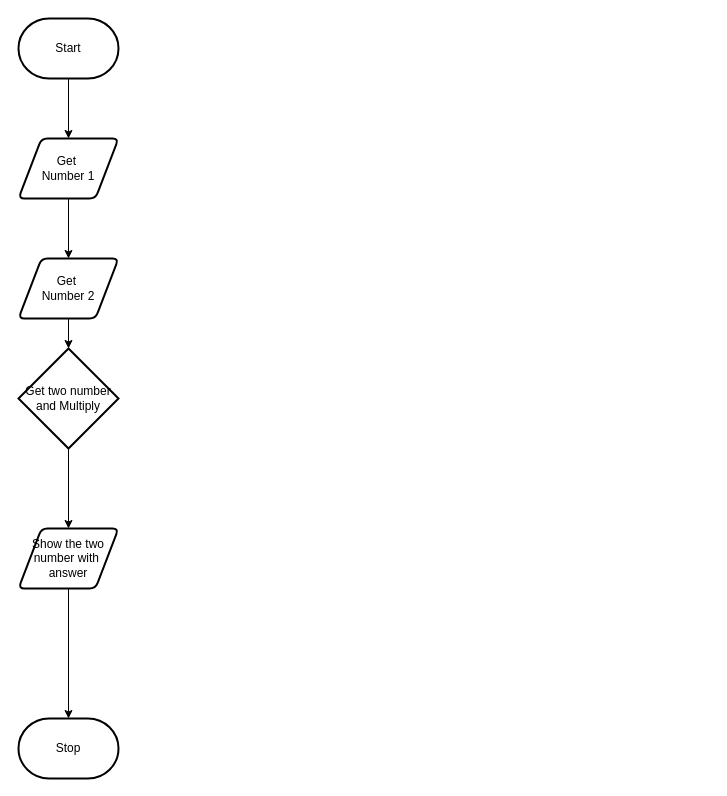
Above: design/flowchart.drawio in MTHS-ICS2O-2-2022/ICS2O-Unit-5-06-Osamah-Hasan (draw.io), before the change. Source tidied: cells renumbered, new cells numbered last; positions are measured from the earlier drawing's top-left corner, leaving out a move shared by most shapes. Both pictures are drawn from the tidied source at 100%, with x=0, y=0 at pixel (18, 18).
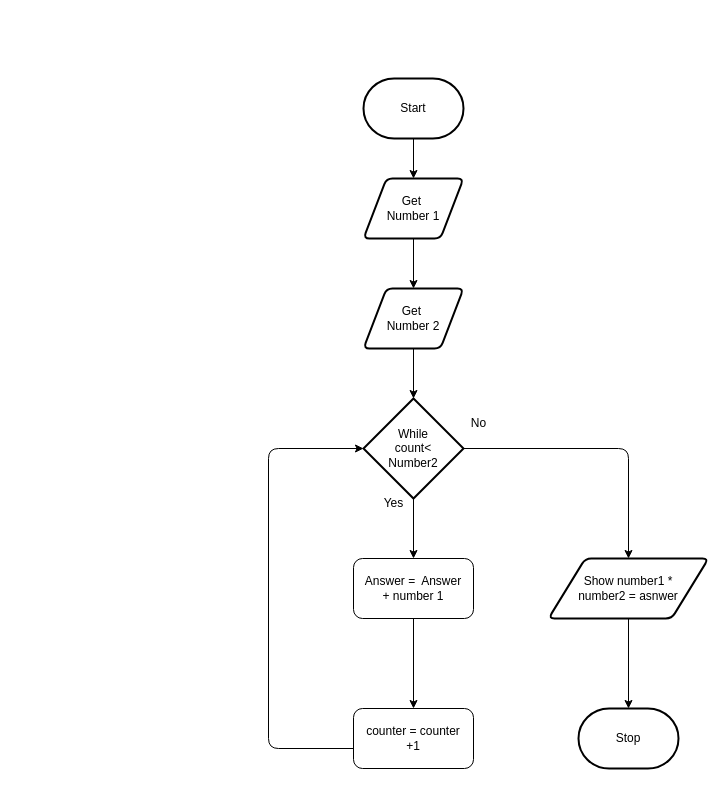
Above is the later version.

Change to the diagram source:
```diff
@@
-    <mxCell id="2" style="edgeStyle=none;html=1;entryX=0.5;entryY=0;entryDx=0;entryDy=0;" parent="1" edge="1" source="3" target="6">
+    <mxCell id="2" style="edgeStyle=orthogonalEdgeStyle;html=1;entryX=0.5;entryY=0;entryDx=0;entryDy=0;" parent="1" edge="1" source="3" target="6">
       <mxGeometry relative="1" as="geometry" />
     </mxCell>
     <mxCell id="3" value="Start" style="strokeWidth=2;html=1;shape=mxgraph.flowchart.terminator;whiteSpace=wrap;" parent="1" vertex="1">
-      <mxGeometry width="100" height="60" as="geometry" />
+      <mxGeometry x="345" y="60" width="100" height="60" as="geometry" />
     </mxCell>
     <mxCell id="4" value="Stop" style="strokeWidth=2;html=1;shape=mxgraph.flowchart.terminator;whiteSpace=wrap;" parent="1" vertex="1">
-      <mxGeometry y="700" width="100" height="60" as="geometry" />
+      <mxGeometry x="560" y="690" width="100" height="60" as="geometry" />
     </mxCell>
@@
     <mxCell id="6" value="Get&amp;nbsp;&lt;br&gt;Number 1" style="shape=parallelogram;html=1;strokeWidth=2;perimeter=parallelogramPerimeter;whiteSpace=wrap;rounded=1;arcSize=12;size=0.23;" parent="1" vertex="1">
-      <mxGeometry y="120" width="100" height="60" as="geometry" />
+      <mxGeometry x="345" y="160" width="100" height="60" as="geometry" />
     </mxCell>
@@
     <mxCell id="8" value="Get&amp;nbsp;&lt;br&gt;Number 2" style="shape=parallelogram;html=1;strokeWidth=2;perimeter=parallelogramPerimeter;whiteSpace=wrap;rounded=1;arcSize=12;size=0.23;" parent="1" vertex="1">
-      <mxGeometry y="240" width="100" height="60" as="geometry" />
+      <mxGeometry x="345" y="270" width="100" height="60" as="geometry" />
     </mxCell>
-    <mxCell id="9" style="edgeStyle=orthogonalEdgeStyle;html=1;entryX=0.5;entryY=0;entryDx=0;entryDy=0;" parent="1" edge="1" source="10" target="12">
-      <mxGeometry relative="1" as="geometry" />
-    </mxCell>
+    <mxCell id="13" style="edgeStyle=orthogonalEdgeStyle;html=1;" parent="1" edge="1" source="10" target="16">
+      <mxGeometry relative="1" as="geometry" />
+    </mxCell>
+    <mxCell id="14" style="edgeStyle=orthogonalEdgeStyle;html=1;entryX=0.5;entryY=0;entryDx=0;entryDy=0;" parent="1" edge="1" source="10" target="20">
+      <mxGeometry relative="1" as="geometry" />
+    </mxCell>
-    <mxCell id="10" value="Get two number&lt;br&gt;and Multiply" style="strokeWidth=2;html=1;shape=mxgraph.flowchart.decision;whiteSpace=wrap;" parent="1" vertex="1">
-      <mxGeometry y="330" width="100" height="100" as="geometry" />
+    <mxCell id="10" value="While&lt;br&gt;count&amp;lt;&lt;br&gt;Number2" style="strokeWidth=2;html=1;shape=mxgraph.flowchart.decision;whiteSpace=wrap;" parent="1" vertex="1">
+      <mxGeometry x="345" y="380" width="100" height="100" as="geometry" />
     </mxCell>
-    <mxCell id="11" style="edgeStyle=orthogonalEdgeStyle;html=1;entryX=0.5;entryY=0;entryDx=0;entryDy=0;entryPerimeter=0;" parent="1" edge="1" source="12" target="4">
-      <mxGeometry relative="1" as="geometry" />
-    </mxCell>
-    <mxCell id="12" value="Show the two number with&amp;nbsp;&lt;br&gt;answer" style="shape=parallelogram;html=1;strokeWidth=2;perimeter=parallelogramPerimeter;whiteSpace=wrap;rounded=1;arcSize=12;size=0.23;" parent="1" vertex="1">
-      <mxGeometry y="510" width="100" height="60" as="geometry" />
-    </mxCell>
+    <mxCell id="15" style="edgeStyle=orthogonalEdgeStyle;html=1;entryX=0.5;entryY=0;entryDx=0;entryDy=0;" parent="1" edge="1" source="16" target="18">
+      <mxGeometry relative="1" as="geometry" />
+    </mxCell>
+    <mxCell id="16" value="Answer =&amp;nbsp; Answer&lt;br&gt;+ number 1" style="rounded=1;whiteSpace=wrap;html=1;" parent="1" vertex="1">
+      <mxGeometry x="335" y="540" width="120" height="60" as="geometry" />
+    </mxCell>
+    <mxCell id="17" style="edgeStyle=orthogonalEdgeStyle;html=1;entryX=0;entryY=0.5;entryDx=0;entryDy=0;entryPerimeter=0;" parent="1" edge="1" source="18" target="10">
+      <mxGeometry relative="1" as="geometry">
+        <Array as="points">
+          <mxPoint x="250" y="730" />
+          <mxPoint x="250" y="430" />
+        </Array>
+      </mxGeometry>
+    </mxCell>
+    <mxCell id="18" value="counter = counter&lt;br&gt;+1" style="rounded=1;whiteSpace=wrap;html=1;" parent="1" vertex="1">
+      <mxGeometry x="335" y="690" width="120" height="60" as="geometry" />
+    </mxCell>
+    <mxCell id="19" style="edgeStyle=orthogonalEdgeStyle;html=1;" parent="1" edge="1" source="20" target="4">
+      <mxGeometry relative="1" as="geometry" />
+    </mxCell>
+    <mxCell id="20" value="Show number1 *&lt;br&gt;number2 = asnwer" style="shape=parallelogram;html=1;strokeWidth=2;perimeter=parallelogramPerimeter;whiteSpace=wrap;rounded=1;arcSize=12;size=0.23;" parent="1" vertex="1">
+      <mxGeometry x="530" y="540" width="160" height="60" as="geometry" />
+    </mxCell>
+    <mxCell id="21" value="Yes" style="text;html=1;align=center;verticalAlign=middle;strokeColor=none;fillColor=none;" parent="1" vertex="1">
+      <mxGeometry x="355" y="470" width="40" height="30" as="geometry" />
+    </mxCell>
+    <mxCell id="22" value="No" style="text;html=1;align=center;verticalAlign=middle;strokeColor=none;fillColor=none;" parent="1" vertex="1">
+      <mxGeometry x="440" y="390" width="40" height="30" as="geometry" />
+    </mxCell>
```
